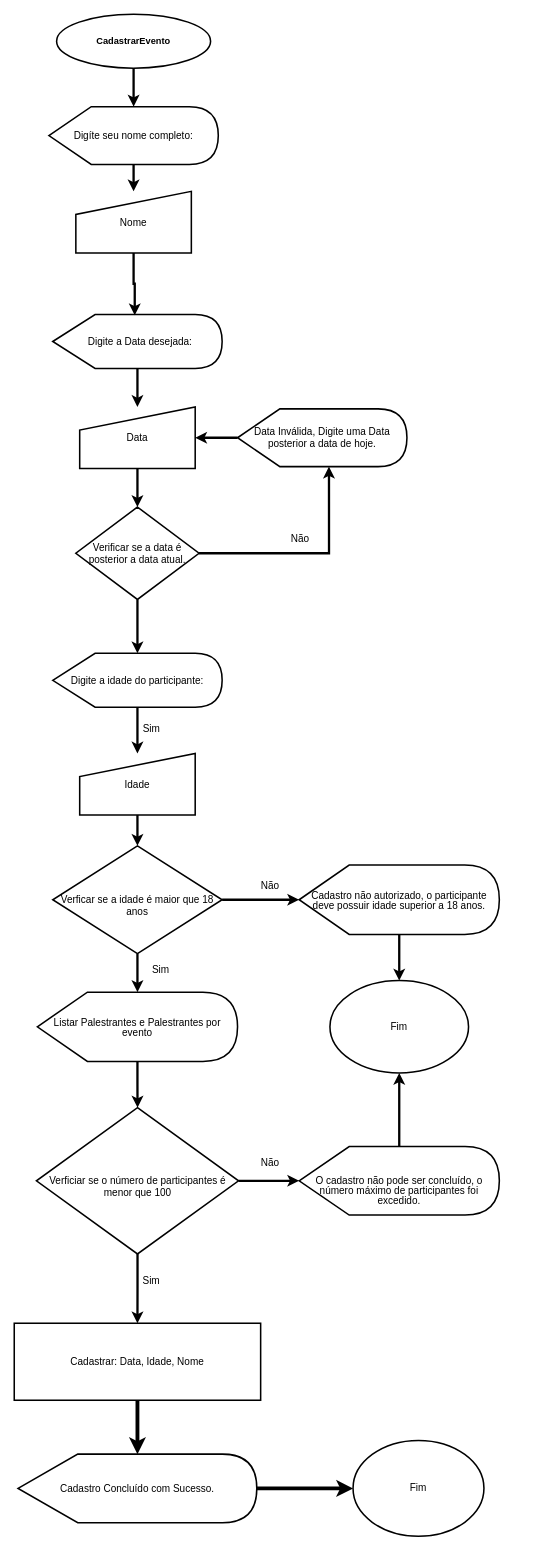
AlanBrno/Atividade-Logica-de-programacao keeps this draw.io diagram as Diagrama-Cadastro-de-Participantes.drawio. Above is the earlier version. Source tidied: cells renumbered, new cells numbered last; positions are measured from the earlier drawing's top-left corner, leaving out a move shared by most shapes. Both pictures are drawn from the tidied source at 77%, with x=0, y=0 at pixel (14, 14).
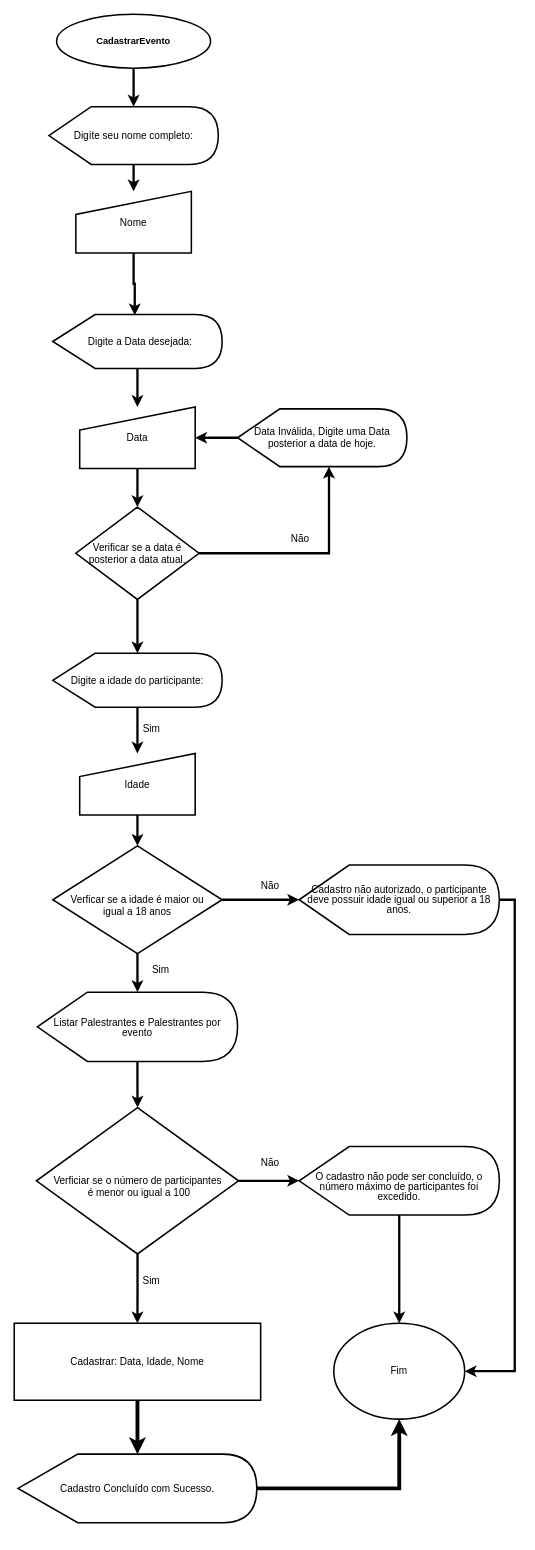
The same diagram, later.

What changed in the source:
```diff
@@
-    <mxCell id="20" value="&lt;br&gt;Verficar se a idade é maior que 18 anos" style="rhombus;whiteSpace=wrap;html=1;fontSize=13;strokeWidth=2;" parent="1" vertex="1">
+    <mxCell id="20" value="&lt;br&gt;Verficar se a idade é maior ou &lt;br&gt;igual a 18 anos" style="rhombus;whiteSpace=wrap;html=1;fontSize=13;strokeWidth=2;" parent="1" vertex="1">
       <mxGeometry x="50" y="1080" width="220" height="140" as="geometry" />
     </mxCell>
@@
-    <mxCell id="26" value="&lt;br&gt;Verficiar se o número de participantes é menor que 100" style="rhombus;whiteSpace=wrap;html=1;fontSize=13;strokeWidth=2;" parent="1" vertex="1">
+    <mxCell id="26" value="&lt;br&gt;Verficiar se o número de participantes&lt;br&gt;&amp;nbsp;é menor ou igual a 100" style="rhombus;whiteSpace=wrap;html=1;fontSize=13;strokeWidth=2;" parent="1" vertex="1">
       <mxGeometry x="28.8" y="1420" width="262.5" height="190" as="geometry" />
     </mxCell>
-    <mxCell id="27" value="Fim" style="ellipse;whiteSpace=wrap;html=1;fontSize=13;strokeWidth=2;" parent="1" vertex="1">
-      <mxGeometry x="410" y="1255" width="180" height="120" as="geometry" />
-    </mxCell>
@@
-    <mxCell id="30" style="edgeStyle=orthogonalEdgeStyle;rounded=0;jettySize=auto;html=1;fontSize=13;strokeWidth=3;" parent="1" edge="1" source="31" target="27">
+    <mxCell id="30" style="edgeStyle=orthogonalEdgeStyle;rounded=0;jettySize=auto;html=1;fontSize=13;strokeWidth=3;entryX=0.5;entryY=0;entryDx=0;entryDy=0;" parent="1" edge="1" source="31" target="44">
       <mxGeometry relative="1" as="geometry" />
     </mxCell>
-    <mxCell id="31" value="&lt;p style=&quot;line-height: 1&quot;&gt;&lt;br&gt;&lt;/p&gt;&lt;p style=&quot;line-height: 1&quot;&gt;O cadastro não pode ser concluído, o número máximo de participantes foi excedido.&lt;br&gt;&lt;/p&gt;" style="shape=display;whiteSpace=wrap;html=1;fontSize=13;strokeWidth=2;" parent="1" vertex="1">
+    <mxCell id="31" value="&lt;p style=&quot;line-height: 1&quot;&gt;&lt;span&gt;&lt;br&gt;O cadastro não pode ser concluído, o número máximo de participantes foi excedido.&lt;/span&gt;&lt;br&gt;&lt;/p&gt;" style="shape=display;whiteSpace=wrap;html=1;fontSize=13;strokeWidth=2;" parent="1" vertex="1">
       <mxGeometry x="370" y="1470.5" width="260" height="89" as="geometry" />
     </mxCell>
-    <mxCell id="32" style="edgeStyle=orthogonalEdgeStyle;rounded=0;jettySize=auto;html=1;fontSize=13;strokeWidth=3;" parent="1" edge="1" source="33" target="27">
-      <mxGeometry relative="1" as="geometry" />
-    </mxCell>
+    <mxCell id="45" style="edgeStyle=orthogonalEdgeStyle;rounded=0;jettySize=auto;html=1;entryX=1;entryY=0.5;entryDx=0;entryDy=0;strokeWidth=3;" parent="1" edge="1" source="33" target="44">
+      <mxGeometry relative="1" as="geometry">
+        <Array as="points">
+          <mxPoint x="650" y="1150" />
+          <mxPoint x="650" y="1762" />
+        </Array>
+      </mxGeometry>
+    </mxCell>
-    <mxCell id="33" value="&lt;p style=&quot;line-height: 1&quot;&gt;Cadastro não autorizado, o participante deve possuir idade superior a 18 anos.&lt;br&gt;&lt;/p&gt;" style="shape=display;whiteSpace=wrap;html=1;fontSize=13;strokeWidth=2;" parent="1" vertex="1">
+    <mxCell id="33" value="&lt;p style=&quot;line-height: 1&quot;&gt;Cadastro não autorizado, o participante deve possuir idade igual ou superior a 18 anos.&lt;br&gt;&lt;/p&gt;" style="shape=display;whiteSpace=wrap;html=1;fontSize=13;strokeWidth=2;" parent="1" vertex="1">
       <mxGeometry x="370" y="1105" width="260" height="90" as="geometry" />
     </mxCell>
@@
     <mxCell id="44" value="Fim" style="ellipse;whiteSpace=wrap;html=1;fontSize=13;strokeWidth=2;" parent="1" vertex="1">
-      <mxGeometry x="440" y="1852.2" width="170" height="124.5" as="geometry" />
+      <mxGeometry x="415" y="1700" width="170" height="124.5" as="geometry" />
     </mxCell>
```
